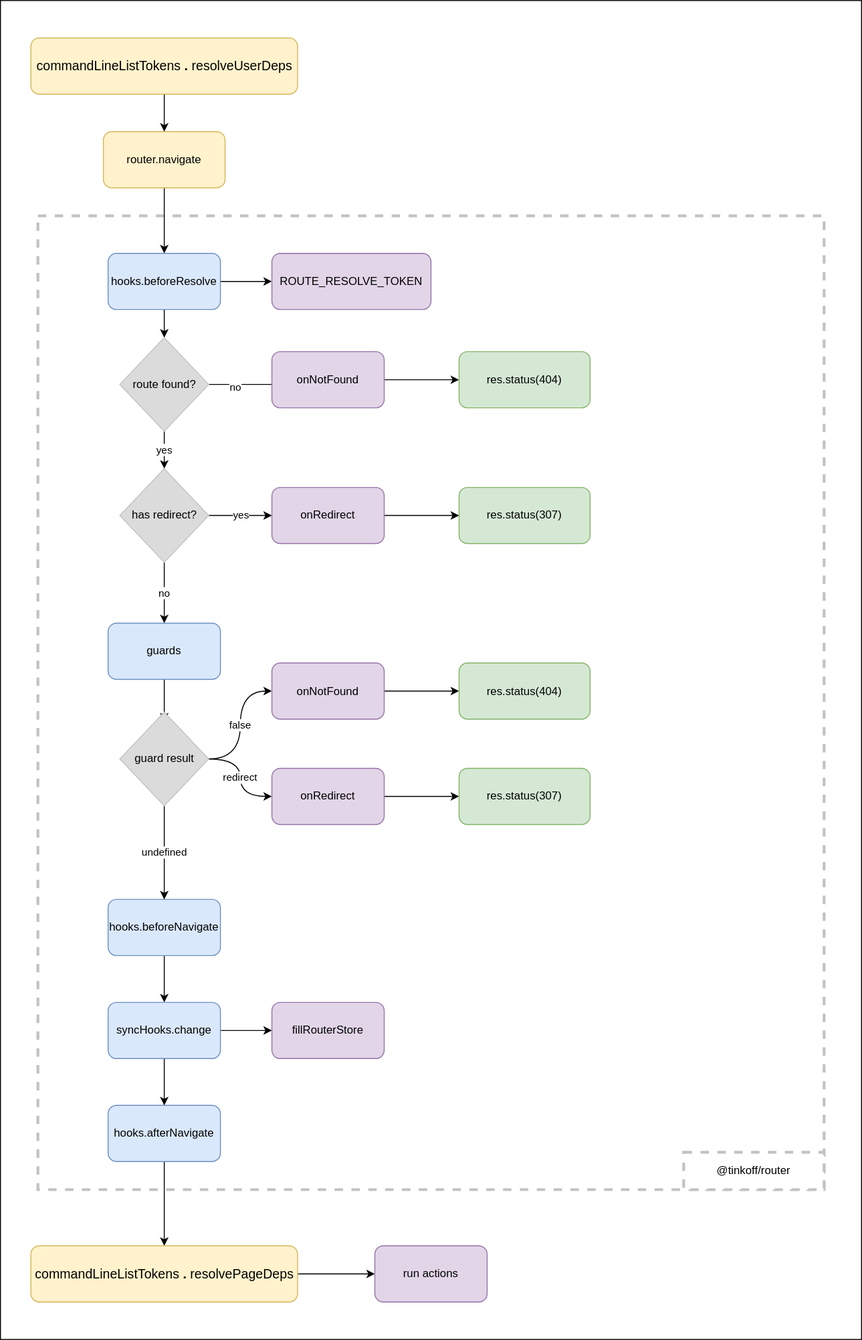
Earlier version of the draw.io export tools/docSite/static/img/router/navigate-flow-server.drawio.svg (Tinkoff/tramvai). Source tidied: cells renumbered, new cells last; positions are measured from the earlier drawing's top-left corner, leaving out a move shared by most shapes. Source of this version:
```xml
<mxGraphModel>
  <root>
    <mxCell id="0" />
    <mxCell id="1" parent="0" />
    <mxCell id="2" style="rounded=0;whiteSpace=wrap;html=1;" parent="1" vertex="1">
      <mxGeometry width="920" height="1430" as="geometry" />
    </mxCell>
    <mxCell id="3" style="whiteSpace=wrap;html=1;dashed=1;strokeWidth=3;strokeColor=#C2C2C2;" parent="1" vertex="1">
      <mxGeometry x="40" y="230" width="840" height="1040" as="geometry" />
    </mxCell>
    <mxCell id="4" style="edgeStyle=orthogonalEdgeStyle;rounded=0;jettySize=auto;html=1;exitX=0.5;exitY=1;exitDx=0;exitDy=0;entryX=0.5;entryY=0;entryDx=0;entryDy=0;" parent="1" edge="1" source="5" target="8">
      <mxGeometry relative="1" as="geometry">
        <Array as="points">
          <mxPoint x="175" y="240" />
          <mxPoint x="175" y="240" />
        </Array>
      </mxGeometry>
    </mxCell>
    <mxCell id="5" value="router.navigate" style="rounded=1;whiteSpace=wrap;html=1;strokeColor=#d6b656;strokeWidth=1;fillColor=#fff2cc;" parent="1" vertex="1">
      <mxGeometry x="110" y="140" width="130" height="60" as="geometry" />
    </mxCell>
    <mxCell id="6" style="edgeStyle=orthogonalEdgeStyle;rounded=0;jettySize=auto;html=1;exitX=0.5;exitY=1;exitDx=0;exitDy=0;" parent="1" edge="1" source="8" target="16">
      <mxGeometry relative="1" as="geometry" />
    </mxCell>
    <mxCell id="7" style="edgeStyle=orthogonalEdgeStyle;curved=1;jettySize=auto;html=1;exitX=1;exitY=0.5;exitDx=0;exitDy=0;entryX=0;entryY=0.5;entryDx=0;entryDy=0;" parent="1" edge="1" source="8" target="43">
      <mxGeometry relative="1" as="geometry" />
    </mxCell>
    <mxCell id="8" value="hooks.beforeResolve" style="rounded=1;whiteSpace=wrap;html=1;strokeColor=#6c8ebf;strokeWidth=1;fillColor=#dae8fc;" parent="1" vertex="1">
      <mxGeometry x="115" y="270" width="120" height="60" as="geometry" />
    </mxCell>
    <mxCell id="9" style="edgeStyle=orthogonalEdgeStyle;curved=1;jettySize=auto;html=1;exitX=0.5;exitY=1;exitDx=0;exitDy=0;entryX=0.5;entryY=0;entryDx=0;entryDy=0;" parent="1" edge="1" source="10" target="28">
      <mxGeometry relative="1" as="geometry" />
    </mxCell>
    <mxCell id="10" value="hooks.beforeNavigate" style="rounded=1;whiteSpace=wrap;html=1;strokeColor=#6c8ebf;strokeWidth=1;fillColor=#dae8fc;" parent="1" vertex="1">
      <mxGeometry x="115" y="960" width="120" height="60" as="geometry" />
    </mxCell>
    <mxCell id="11" style="edgeStyle=orthogonalEdgeStyle;curved=1;jettySize=auto;html=1;exitX=0.5;exitY=1;exitDx=0;exitDy=0;entryX=0.5;entryY=0;entryDx=0;entryDy=0;fontColor=#000000;" parent="1" edge="1" source="12" target="46">
      <mxGeometry relative="1" as="geometry" />
    </mxCell>
    <mxCell id="12" value="hooks.afterNavigate" style="rounded=1;whiteSpace=wrap;html=1;strokeColor=#6c8ebf;strokeWidth=1;fillColor=#dae8fc;" parent="1" vertex="1">
      <mxGeometry x="115" y="1180" width="120" height="60" as="geometry" />
    </mxCell>
    <mxCell id="13" value="no" style="edgeStyle=orthogonalEdgeStyle;rounded=0;jettySize=auto;html=1;exitX=1;exitY=0.5;exitDx=0;exitDy=0;entryX=0;entryY=0.5;entryDx=0;entryDy=0;" parent="1" edge="1" source="16" target="18">
      <mxGeometry relative="1" as="geometry">
        <Array as="points">
          <mxPoint x="330" y="410" />
        </Array>
      </mxGeometry>
    </mxCell>
    <mxCell id="14" value="no" style="edgeLabel;html=1;align=center;verticalAlign=middle;" parent="13" vertex="1">
      <mxGeometry x="-0.63" y="-2" relative="1" as="geometry" />
    </mxCell>
    <mxCell id="15" value="yes" style="edgeStyle=orthogonalEdgeStyle;rounded=0;jettySize=auto;html=1;entryX=0.5;entryY=0;entryDx=0;entryDy=0;" parent="1" edge="1" source="16" target="22">
      <mxGeometry relative="1" as="geometry" />
    </mxCell>
    <mxCell id="16" value="route found?" style="rhombus;whiteSpace=wrap;html=1;rounded=0;strokeColor=#C2C2C2;strokeWidth=1;fillColor=#DBDBDB;" parent="1" vertex="1">
      <mxGeometry x="127.5" y="360" width="95" height="100" as="geometry" />
    </mxCell>
    <mxCell id="17" style="edgeStyle=orthogonalEdgeStyle;rounded=0;jettySize=auto;html=1;exitX=1;exitY=0.5;exitDx=0;exitDy=0;entryX=0;entryY=0.5;entryDx=0;entryDy=0;" parent="1" edge="1" source="18" target="19">
      <mxGeometry relative="1" as="geometry" />
    </mxCell>
    <mxCell id="18" value="onNotFound" style="rounded=1;whiteSpace=wrap;html=1;strokeWidth=1;fillColor=#e1d5e7;strokeColor=#9673a6;" parent="1" vertex="1">
      <mxGeometry x="290" y="375" width="120" height="60" as="geometry" />
    </mxCell>
    <mxCell id="19" value="res.status(404)" style="rounded=1;whiteSpace=wrap;html=1;strokeColor=#82b366;strokeWidth=1;fillColor=#d5e8d4;" parent="1" vertex="1">
      <mxGeometry x="490" y="375" width="140" height="60" as="geometry" />
    </mxCell>
    <mxCell id="20" value="yes" style="edgeStyle=orthogonalEdgeStyle;rounded=0;jettySize=auto;html=1;exitX=1;exitY=0.5;exitDx=0;exitDy=0;entryX=0;entryY=0.5;entryDx=0;entryDy=0;" parent="1" edge="1" source="22" target="24">
      <mxGeometry relative="1" as="geometry" />
    </mxCell>
    <mxCell id="21" value="no" style="edgeStyle=orthogonalEdgeStyle;rounded=0;jettySize=auto;html=1;exitX=0.5;exitY=1;exitDx=0;exitDy=0;entryX=0.5;entryY=0;entryDx=0;entryDy=0;" parent="1" edge="1" source="22" target="32">
      <mxGeometry relative="1" as="geometry" />
    </mxCell>
    <mxCell id="22" value="has redirect?" style="rhombus;whiteSpace=wrap;html=1;rounded=0;strokeColor=#C2C2C2;strokeWidth=1;fillColor=#DBDBDB;" parent="1" vertex="1">
      <mxGeometry x="127.5" y="500" width="95" height="100" as="geometry" />
    </mxCell>
    <mxCell id="23" style="edgeStyle=orthogonalEdgeStyle;rounded=0;jettySize=auto;html=1;exitX=1;exitY=0.5;exitDx=0;exitDy=0;entryX=0;entryY=0.5;entryDx=0;entryDy=0;" parent="1" edge="1" source="24" target="25">
      <mxGeometry relative="1" as="geometry" />
    </mxCell>
    <mxCell id="24" value="onRedirect" style="rounded=1;whiteSpace=wrap;html=1;strokeColor=#9673a6;strokeWidth=1;fillColor=#e1d5e7;" parent="1" vertex="1">
      <mxGeometry x="290" y="520" width="120" height="60" as="geometry" />
    </mxCell>
    <mxCell id="25" value="res.status(307)" style="rounded=1;whiteSpace=wrap;html=1;strokeColor=#82b366;strokeWidth=1;fillColor=#d5e8d4;" parent="1" vertex="1">
      <mxGeometry x="490" y="520" width="140" height="60" as="geometry" />
    </mxCell>
    <mxCell id="26" style="edgeStyle=orthogonalEdgeStyle;curved=1;jettySize=auto;html=1;exitX=0.5;exitY=1;exitDx=0;exitDy=0;entryX=0.5;entryY=0;entryDx=0;entryDy=0;" parent="1" edge="1" source="28" target="12">
      <mxGeometry relative="1" as="geometry" />
    </mxCell>
    <mxCell id="27" style="edgeStyle=orthogonalEdgeStyle;curved=1;jettySize=auto;html=1;exitX=1;exitY=0.5;exitDx=0;exitDy=0;" parent="1" edge="1" source="28" target="44">
      <mxGeometry relative="1" as="geometry" />
    </mxCell>
    <mxCell id="28" value="syncHooks.change" style="rounded=1;whiteSpace=wrap;html=1;strokeColor=#6c8ebf;strokeWidth=1;fillColor=#dae8fc;" parent="1" vertex="1">
      <mxGeometry x="115" y="1070" width="120" height="60" as="geometry" />
    </mxCell>
    <mxCell id="29" style="edgeStyle=orthogonalEdgeStyle;rounded=0;jettySize=auto;html=1;exitX=0.5;exitY=1;exitDx=0;exitDy=0;entryX=0.5;entryY=0;entryDx=0;entryDy=0;" parent="1" edge="1" source="30" target="5">
      <mxGeometry relative="1" as="geometry" />
    </mxCell>
    <mxCell id="30" value="&lt;div style=&quot;font-size: 14px; line-height: 19px;&quot;&gt;commandLineListTokens&lt;span style=&quot;font-weight: bold&quot;&gt;.&lt;/span&gt;&lt;span style=&quot;&quot;&gt;resolveUserDeps&lt;/span&gt;&lt;/div&gt;" style="rounded=1;whiteSpace=wrap;html=1;fillColor=#fff2cc;strokeColor=#d6b656;" parent="1" vertex="1">
      <mxGeometry x="32.5" y="40" width="285" height="60" as="geometry" />
    </mxCell>
    <mxCell id="31" style="edgeStyle=orthogonalEdgeStyle;rounded=0;jettySize=auto;html=1;exitX=0.5;exitY=1;exitDx=0;exitDy=0;entryX=0.5;entryY=0;entryDx=0;entryDy=0;" parent="1" edge="1" source="32">
      <mxGeometry relative="1" as="geometry">
        <mxPoint x="175" y="770" as="targetPoint" />
      </mxGeometry>
    </mxCell>
    <mxCell id="32" value="guards" style="rounded=1;whiteSpace=wrap;html=1;fillColor=#dae8fc;strokeColor=#6c8ebf;" parent="1" vertex="1">
      <mxGeometry x="115" y="665" width="120" height="60" as="geometry" />
    </mxCell>
    <mxCell id="33" value="false" style="edgeStyle=orthogonalEdgeStyle;jettySize=auto;html=1;exitX=1;exitY=0.5;exitDx=0;exitDy=0;entryX=0;entryY=0.5;entryDx=0;entryDy=0;curved=1;" parent="1" edge="1" source="36" target="38">
      <mxGeometry relative="1" as="geometry" />
    </mxCell>
    <mxCell id="34" value="redirect" style="edgeStyle=orthogonalEdgeStyle;curved=1;jettySize=auto;html=1;exitX=1;exitY=0.5;exitDx=0;exitDy=0;entryX=0;entryY=0.5;entryDx=0;entryDy=0;" parent="1" edge="1" source="36" target="41">
      <mxGeometry relative="1" as="geometry" />
    </mxCell>
    <mxCell id="35" value="undefined" style="edgeStyle=orthogonalEdgeStyle;curved=1;jettySize=auto;html=1;exitX=0.5;exitY=1;exitDx=0;exitDy=0;entryX=0.5;entryY=0;entryDx=0;entryDy=0;" parent="1" edge="1" source="36" target="10">
      <mxGeometry relative="1" as="geometry" />
    </mxCell>
    <mxCell id="36" value="guard result" style="rhombus;whiteSpace=wrap;html=1;rounded=0;strokeColor=#C2C2C2;strokeWidth=1;fillColor=#DBDBDB;" parent="1" vertex="1">
      <mxGeometry x="127.5" y="760" width="95" height="100" as="geometry" />
    </mxCell>
    <mxCell id="37" style="edgeStyle=orthogonalEdgeStyle;rounded=0;jettySize=auto;html=1;exitX=1;exitY=0.5;exitDx=0;exitDy=0;entryX=0;entryY=0.5;entryDx=0;entryDy=0;" parent="1" edge="1" source="38" target="39">
      <mxGeometry relative="1" as="geometry" />
    </mxCell>
    <mxCell id="38" value="onNotFound" style="rounded=1;whiteSpace=wrap;html=1;strokeWidth=1;fillColor=#e1d5e7;strokeColor=#9673a6;" parent="1" vertex="1">
      <mxGeometry x="290" y="707.5" width="120" height="60" as="geometry" />
    </mxCell>
    <mxCell id="39" value="res.status(404)" style="rounded=1;whiteSpace=wrap;html=1;strokeColor=#82b366;strokeWidth=1;fillColor=#d5e8d4;" parent="1" vertex="1">
      <mxGeometry x="490" y="707.5" width="140" height="60" as="geometry" />
    </mxCell>
    <mxCell id="40" style="edgeStyle=orthogonalEdgeStyle;rounded=0;jettySize=auto;html=1;exitX=1;exitY=0.5;exitDx=0;exitDy=0;entryX=0;entryY=0.5;entryDx=0;entryDy=0;" parent="1" edge="1" source="41" target="42">
      <mxGeometry relative="1" as="geometry" />
    </mxCell>
    <mxCell id="41" value="onRedirect" style="rounded=1;whiteSpace=wrap;html=1;strokeColor=#9673a6;strokeWidth=1;fillColor=#e1d5e7;" parent="1" vertex="1">
      <mxGeometry x="290" y="820" width="120" height="60" as="geometry" />
    </mxCell>
    <mxCell id="42" value="res.status(307)" style="rounded=1;whiteSpace=wrap;html=1;strokeColor=#82b366;strokeWidth=1;fillColor=#d5e8d4;" parent="1" vertex="1">
      <mxGeometry x="490" y="820" width="140" height="60" as="geometry" />
    </mxCell>
    <mxCell id="43" value="ROUTE_RESOLVE_TOKEN" style="rounded=1;whiteSpace=wrap;html=1;fillColor=#e1d5e7;strokeColor=#9673a6;" parent="1" vertex="1">
      <mxGeometry x="290" y="270" width="170" height="60" as="geometry" />
    </mxCell>
    <mxCell id="44" value="fillRouterStore" style="rounded=1;whiteSpace=wrap;html=1;glass=0;shadow=0;fillColor=#e1d5e7;strokeColor=#9673a6;" parent="1" vertex="1">
      <mxGeometry x="290" y="1070" width="120" height="60" as="geometry" />
    </mxCell>
    <mxCell id="45" style="edgeStyle=orthogonalEdgeStyle;curved=1;jettySize=auto;html=1;exitX=1;exitY=0.5;exitDx=0;exitDy=0;fontColor=#000000;" parent="1" edge="1" source="46" target="47">
      <mxGeometry relative="1" as="geometry" />
    </mxCell>
    <mxCell id="46" value="&lt;div style=&quot;font-size: 14px; line-height: 19px;&quot;&gt;commandLineListTokens&lt;span style=&quot;font-weight: bold&quot;&gt;.&lt;/span&gt;&lt;span style=&quot;&quot;&gt;resolvePageDeps&lt;/span&gt;&lt;/div&gt;" style="rounded=1;whiteSpace=wrap;html=1;shadow=0;glass=0;strokeColor=#d6b656;fillColor=#fff2cc;labelBackgroundColor=none;" parent="1" vertex="1">
      <mxGeometry x="32.5" y="1330" width="285" height="60" as="geometry" />
    </mxCell>
    <mxCell id="47" value="run actions" style="rounded=1;whiteSpace=wrap;html=1;shadow=0;glass=0;labelBackgroundColor=none;fillColor=#e1d5e7;strokeColor=#9673a6;" parent="1" vertex="1">
      <mxGeometry x="400" y="1330" width="120" height="60" as="geometry" />
    </mxCell>
    <mxCell id="48" value="@tinkoff/router" style="rounded=0;whiteSpace=wrap;html=1;shadow=0;glass=0;labelBackgroundColor=none;fillColor=#ffffff;fontColor=#000000;dashed=1;strokeWidth=3;perimeterSpacing=1;strokeColor=#C2C2C2;" parent="1" vertex="1">
      <mxGeometry x="730" y="1230" width="150" height="40" as="geometry" />
    </mxCell>
  </root>
</mxGraphModel>
```
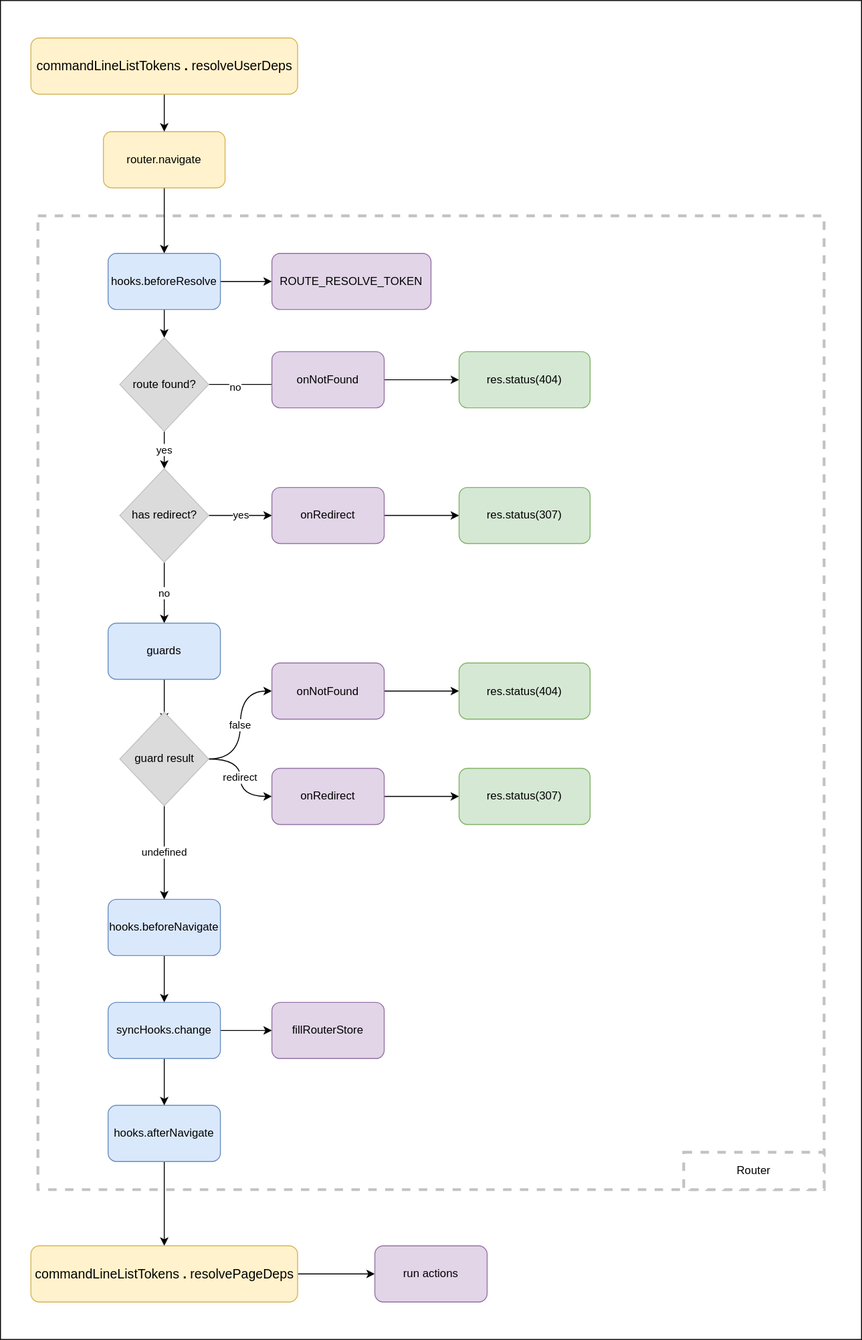
Later version of the same file.

Change to the diagram source:
```diff
@@ -151,7 +151,7 @@
     <mxCell id="47" value="run actions" style="rounded=1;whiteSpace=wrap;html=1;shadow=0;glass=0;labelBackgroundColor=none;fillColor=#e1d5e7;strokeColor=#9673a6;" parent="1" vertex="1">
       <mxGeometry x="400" y="1330" width="120" height="60" as="geometry" />
     </mxCell>
-    <mxCell id="48" value="@tinkoff/router" style="rounded=0;whiteSpace=wrap;html=1;shadow=0;glass=0;labelBackgroundColor=none;fillColor=#ffffff;fontColor=#000000;dashed=1;strokeWidth=3;perimeterSpacing=1;strokeColor=#C2C2C2;" parent="1" vertex="1">
+    <mxCell id="48" value="Router" style="rounded=0;whiteSpace=wrap;html=1;shadow=0;glass=0;labelBackgroundColor=none;fillColor=#ffffff;fontColor=#000000;dashed=1;strokeWidth=3;perimeterSpacing=1;strokeColor=#C2C2C2;" parent="1" vertex="1">
       <mxGeometry x="730" y="1230" width="150" height="40" as="geometry" />
     </mxCell>
   </root>
```
